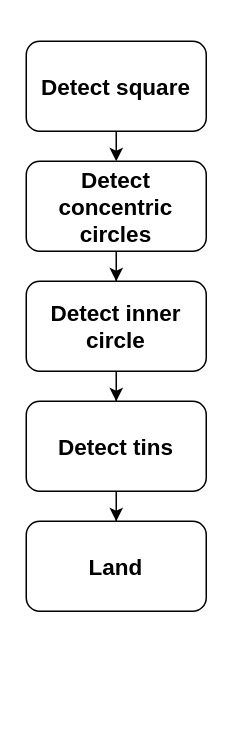
Earlier version of the draw.io diagram Documentation/overview_states_fcrar.drawio (ikay13/UAV_Precision_landing). Source tidied: cells renumbered, new cells numbered last; positions are measured from the earlier drawing's top-left corner, leaving out a move shared by most shapes. Both pictures are drawn from the tidied source at 150%, with x=0, y=0 at pixel (26, 40).
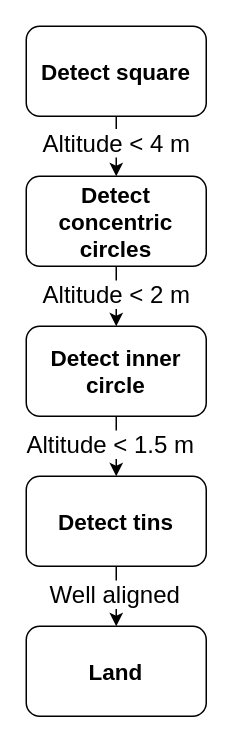
The same diagram, later.

Diff of the diagram source:
```diff
@@
 <mxGraphModel>
   <root>
     <mxCell id="0" />
     <mxCell id="1" parent="0" />
-    <mxCell id="2" style="edgeStyle=orthogonalEdgeStyle;rounded=0;jettySize=auto;html=1;" parent="1" edge="1" source="3">
-      <mxGeometry relative="1" as="geometry">
-        <mxPoint x="60" y="80" as="targetPoint" />
-      </mxGeometry>
+    <mxCell id="2" style="edgeStyle=orthogonalEdgeStyle;rounded=0;jettySize=auto;html=1;entryX=0.5;entryY=0;entryDx=0;entryDy=0;" parent="1" edge="1" source="3" target="5">
+      <mxGeometry relative="1" as="geometry" />
     </mxCell>
+    <mxCell id="12" value="&lt;font style=&quot;font-size: 16px;&quot;&gt;Altitude &amp;lt; 4 m&lt;/font&gt;" style="edgeLabel;html=1;align=center;verticalAlign=middle;" parent="2" vertex="1">
+      <mxGeometry x="-0.19" y="-1" relative="1" as="geometry">
+        <mxPoint y="1" as="offset" />
+      </mxGeometry>
+    </mxCell>
     <mxCell id="3" value="Detect square" style="rounded=1;whiteSpace=wrap;html=1;fontSize=15;fontStyle=1;" parent="1" vertex="1">
-      <mxGeometry width="120" height="60" as="geometry" />
+      <mxGeometry y="-10" width="120" height="60" as="geometry" />
     </mxCell>
     <mxCell id="4" style="edgeStyle=orthogonalEdgeStyle;rounded=0;jettySize=auto;html=1;entryX=0.5;entryY=0;entryDx=0;entryDy=0;" parent="1" edge="1" source="5" target="7">
       <mxGeometry relative="1" as="geometry" />
     </mxCell>
+    <mxCell id="13" value="&lt;span style=&quot;font-size: 16px;&quot;&gt;Altitude &amp;lt; 2 m&lt;/span&gt;" style="edgeLabel;html=1;align=center;verticalAlign=middle;" parent="4" vertex="1">
+      <mxGeometry x="-0.39" y="-1" relative="1" as="geometry">
+        <mxPoint y="6" as="offset" />
+      </mxGeometry>
+    </mxCell>
     <mxCell id="5" value="Detect concentric circles" style="rounded=1;whiteSpace=wrap;html=1;fontSize=15;fontStyle=1;" parent="1" vertex="1">
-      <mxGeometry y="80" width="120" height="60" as="geometry" />
+      <mxGeometry y="90" width="120" height="60" as="geometry" />
     </mxCell>
     <mxCell id="6" style="edgeStyle=orthogonalEdgeStyle;rounded=0;jettySize=auto;html=1;entryX=0.5;entryY=0;entryDx=0;entryDy=0;" parent="1" edge="1" source="7" target="9">
       <mxGeometry relative="1" as="geometry" />
     </mxCell>
+    <mxCell id="14" value="&lt;span style=&quot;font-size: 16px;&quot;&gt;Altitude &amp;lt; 1.5 m&lt;/span&gt;" style="edgeLabel;html=1;align=center;verticalAlign=middle;" parent="6" vertex="1">
+      <mxGeometry x="-0.31" y="-2" relative="1" as="geometry">
+        <mxPoint x="-3" y="4" as="offset" />
+      </mxGeometry>
+    </mxCell>
     <mxCell id="7" value="Detect inner circle" style="rounded=1;whiteSpace=wrap;html=1;fontSize=15;fontStyle=1;" parent="1" vertex="1">
-      <mxGeometry y="160" width="120" height="60" as="geometry" />
+      <mxGeometry y="190" width="120" height="60" as="geometry" />
     </mxCell>
     <mxCell id="8" style="edgeStyle=orthogonalEdgeStyle;rounded=0;jettySize=auto;html=1;entryX=0.5;entryY=0;entryDx=0;entryDy=0;" parent="1" edge="1" source="9" target="10">
       <mxGeometry relative="1" as="geometry" />
     </mxCell>
+    <mxCell id="15" value="&lt;span style=&quot;font-size: 16px;&quot;&gt;Well aligned&lt;/span&gt;" style="edgeLabel;html=1;align=center;verticalAlign=middle;" parent="8" vertex="1">
+      <mxGeometry x="-0.31" y="-2" relative="1" as="geometry">
+        <mxPoint y="4" as="offset" />
+      </mxGeometry>
+    </mxCell>
     <mxCell id="9" value="Detect tins" style="rounded=1;whiteSpace=wrap;html=1;fontSize=15;fontStyle=1;" parent="1" vertex="1">
-      <mxGeometry y="240" width="120" height="60" as="geometry" />
+      <mxGeometry y="290" width="120" height="60" as="geometry" />
     </mxCell>
     <mxCell id="10" value="Land" style="rounded=1;whiteSpace=wrap;html=1;fontSize=15;fontStyle=1;" parent="1" vertex="1">
-      <mxGeometry y="320" width="120" height="60" as="geometry" />
+      <mxGeometry y="390" width="120" height="60" as="geometry" />
     </mxCell>
     <mxCell id="11" style="edgeStyle=orthogonalEdgeStyle;rounded=0;orthogonalLoop=1;jettySize=auto;html=1;exitX=0.5;exitY=1;exitDx=0;exitDy=0;" parent="1" edge="1" source="7" target="7">
       <mxGeometry relative="1" as="geometry" />
     </mxCell>
   </root>
 </mxGraphModel>
```
